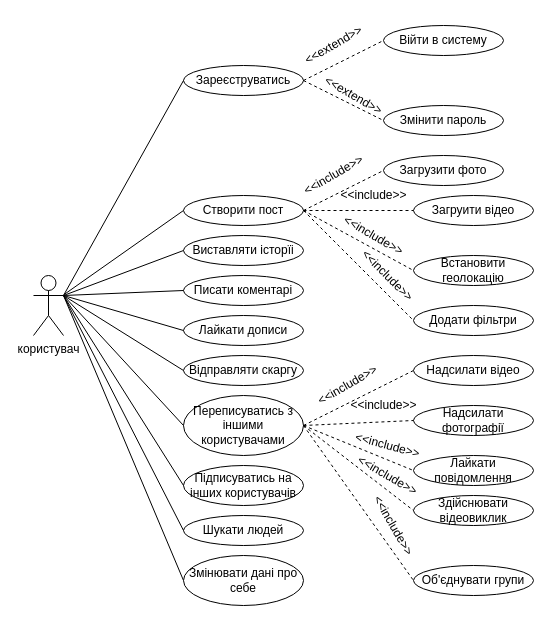
Earlier version of the draw.io diagram Untitled Diagram.drawio (MaksMBO/MafiaBot). Source tidied: cells renumbered, new cells numbered last; positions are measured from the earlier drawing's top-left corner, leaving out a move shared by most shapes. Both pictures are drawn from the tidied source at 100%, with x=0, y=0 at pixel (33, 25).
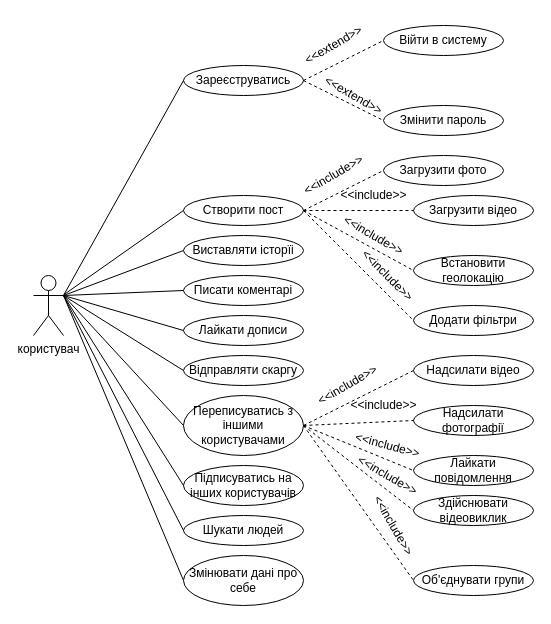
Above is the later version.

What changed in the source:
```diff
@@
-    <mxCell id="30" value="Загруити відео" style="ellipse;whiteSpace=wrap;html=1;" parent="1" vertex="1">
+    <mxCell id="30" value="Загрузити відео" style="ellipse;whiteSpace=wrap;html=1;" parent="1" vertex="1">
       <mxGeometry x="380" y="170" width="120" height="30" as="geometry" />
     </mxCell>
```
